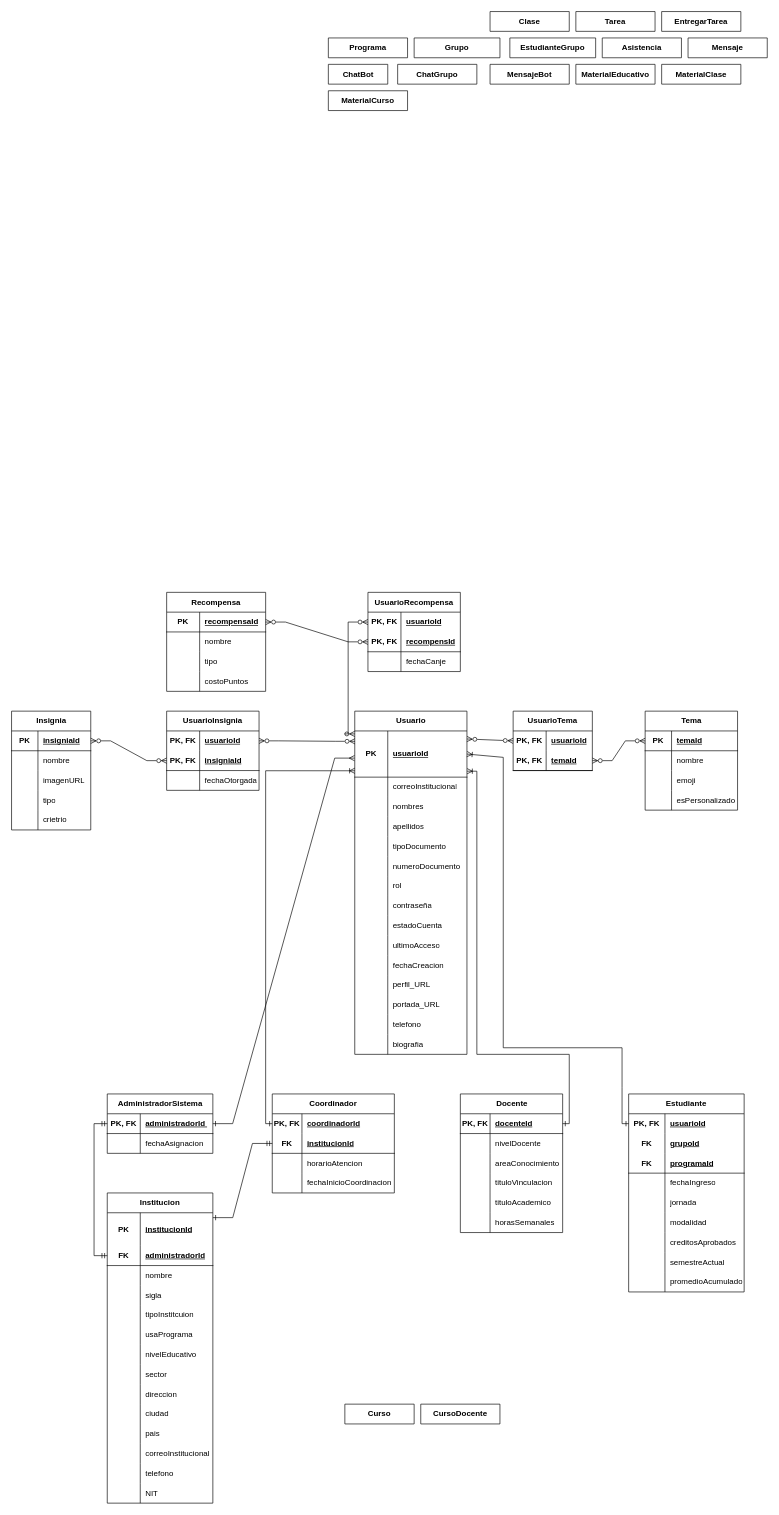
Above: DiagramaRelacional.drawio in HarrisonGuerrero18/diagramas_Acadify (draw.io), before the change. Source tidied: cells renumbered, new cells numbered last; positions are measured from the earlier drawing's top-left corner, leaving out a move shared by most shapes. Both pictures are drawn from the tidied source at 66%, with x=0, y=0 at pixel (11, 11).
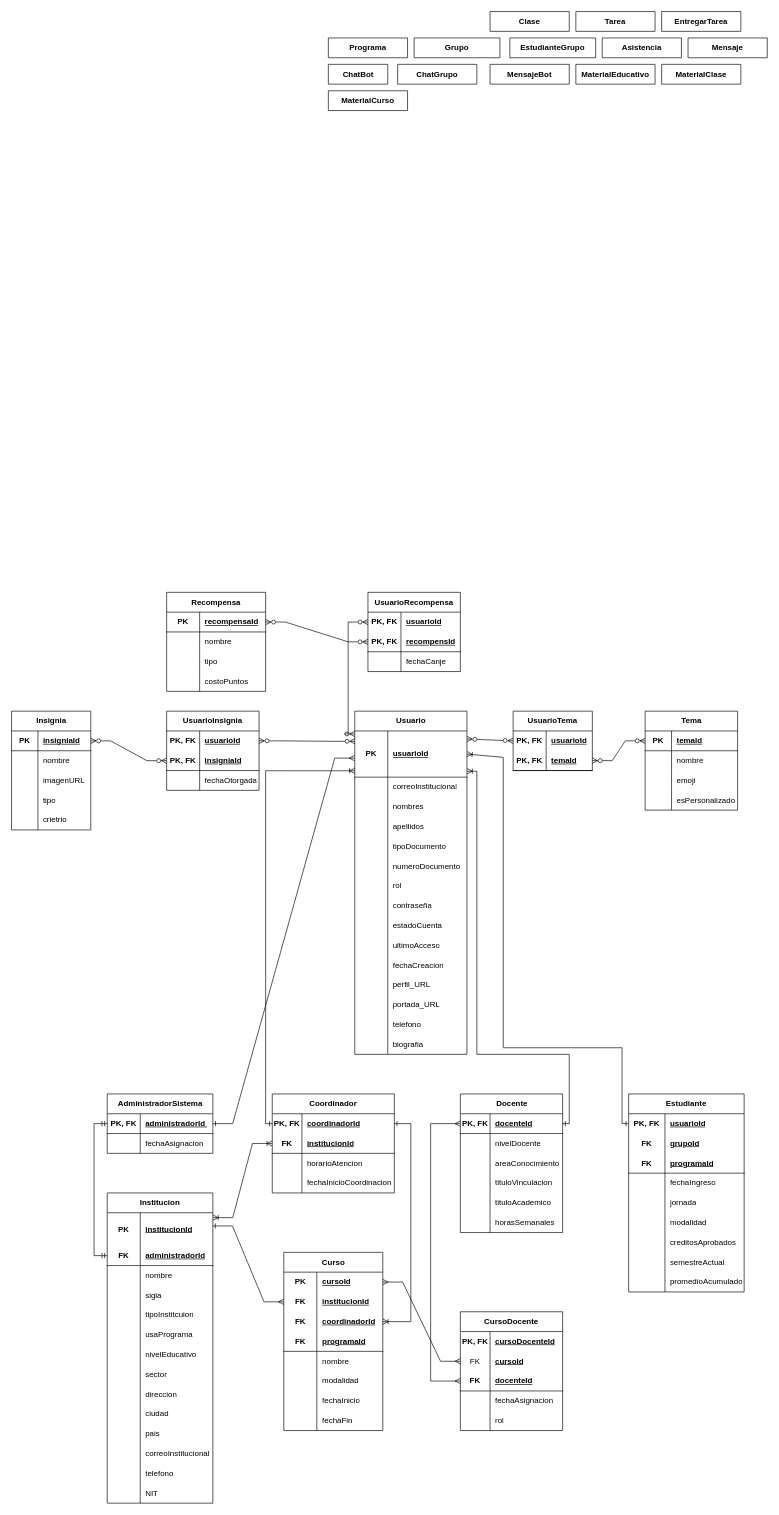
Above is the later version.

Unchanged cells that the change refers to:
```xml
<mxCell id="49" style="shape=tableRow;horizontal=0;startSize=0;swimlaneHead=0;swimlaneBody=0;fillColor=none;points=[[0,0.5],[1,0.5]];portConstraint=eastwest;top=0;left=0;right=0;bottom=1;" parent="48" vertex="1">
  <mxGeometry y="30" width="155" height="30" as="geometry" />
</mxCell>
<mxCell id="75" style="shape=tableRow;horizontal=0;startSize=0;swimlaneHead=0;swimlaneBody=0;fillColor=none;points=[[0,0.5],[1,0.5]];portConstraint=eastwest;top=0;left=0;right=0;bottom=0;html=1;" parent="74" vertex="1">
  <mxGeometry y="30" width="185" height="30" as="geometry" />
</mxCell>
<mxCell id="78" style="shape=tableRow;horizontal=0;startSize=0;swimlaneHead=0;swimlaneBody=0;fillColor=none;points=[[0,0.5],[1,0.5]];portConstraint=eastwest;top=0;left=0;right=0;bottom=1;html=1;" parent="74" vertex="1">
  <mxGeometry y="60" width="185" height="30" as="geometry" />
</mxCell>
<mxCell id="116" style="shape=tableRow;horizontal=0;startSize=0;swimlaneHead=0;swimlaneBody=0;fillColor=none;points=[[0,0.5],[1,0.5]];portConstraint=eastwest;top=0;left=0;right=0;bottom=0;html=1;" parent="115" vertex="1">
  <mxGeometry y="30" width="160" height="50" as="geometry" />
</mxCell>
```

Change to the diagram source:
```diff
@@
-    <mxCell id="227" value="Curso" style="shape=table;startSize=30;childLayout=tableLayout;rowLines=0;fontStyle=1;align=center;html=1;whiteSpace=wrap;" parent="1" vertex="1" collapsed="1">
-      <mxGeometry x="505" y="2110" width="105" height="30" as="geometry" />
+    <mxCell id="227" value="Curso" style="shape=table;startSize=30;childLayout=tableLayout;rowLines=0;fontStyle=1;align=center;html=1;whiteSpace=wrap;" parent="1" vertex="1">
+      <mxGeometry x="412.5" y="1880" width="150" height="270" as="geometry" />
     </mxCell>
+    <mxCell id="255" style="shape=tableRow;horizontal=0;startSize=0;swimlaneHead=0;swimlaneBody=0;fillColor=none;points=[[0,0.5],[1,0.5]];portConstraint=eastwest;top=0;left=0;right=0;bottom=0;html=1;" parent="227" vertex="1">
+      <mxGeometry y="30" width="150" height="30" as="geometry" />
+    </mxCell>
+    <mxCell id="256" value="PK" style="shape=partialRectangle;fillColor=none;top=0;left=0;bottom=0;right=0;fontStyle=1;overflow=hidden;html=1;whiteSpace=wrap;" parent="255" vertex="1">
+      <mxGeometry width="50" height="30" as="geometry" />
+    </mxCell>
+    <mxCell id="257" value="cursoId" style="shape=partialRectangle;fillColor=none;top=0;left=0;bottom=0;right=0;align=left;spacingLeft=6;fontStyle=5;overflow=hidden;html=1;whiteSpace=wrap;" parent="255" vertex="1">
+      <mxGeometry x="50" width="100" height="30" as="geometry" />
+    </mxCell>
+    <mxCell id="258" style="shape=tableRow;horizontal=0;startSize=0;swimlaneHead=0;swimlaneBody=0;fillColor=none;points=[[0,0.5],[1,0.5]];portConstraint=eastwest;top=0;left=0;right=0;bottom=0;html=1;" parent="227" vertex="1">
+      <mxGeometry y="60" width="150" height="30" as="geometry" />
+    </mxCell>
+    <mxCell id="259" value="&lt;b&gt;FK&lt;/b&gt;" style="shape=partialRectangle;fillColor=none;top=0;left=0;bottom=0;right=0;overflow=hidden;html=1;whiteSpace=wrap;" parent="258" vertex="1">
+      <mxGeometry width="50" height="30" as="geometry" />
+    </mxCell>
+    <mxCell id="260" value="&lt;span style=&quot;font-weight: 700; text-decoration-line: underline;&quot;&gt;institucionId&lt;/span&gt;" style="shape=partialRectangle;fillColor=none;top=0;left=0;bottom=0;right=0;align=left;spacingLeft=6;overflow=hidden;html=1;whiteSpace=wrap;" parent="258" vertex="1">
+      <mxGeometry x="50" width="100" height="30" as="geometry" />
+    </mxCell>
+    <mxCell id="261" style="shape=tableRow;horizontal=0;startSize=0;swimlaneHead=0;swimlaneBody=0;fillColor=none;points=[[0,0.5],[1,0.5]];portConstraint=eastwest;top=0;left=0;right=0;bottom=0;html=1;" parent="227" vertex="1">
+      <mxGeometry y="90" width="150" height="30" as="geometry" />
+    </mxCell>
+    <mxCell id="262" value="&lt;b&gt;FK&lt;/b&gt;" style="shape=partialRectangle;fillColor=none;top=0;left=0;bottom=0;right=0;overflow=hidden;html=1;whiteSpace=wrap;" parent="261" vertex="1">
+      <mxGeometry width="50" height="30" as="geometry" />
+    </mxCell>
+    <mxCell id="263" value="&lt;b&gt;&lt;u&gt;coordinadorId&lt;/u&gt;&lt;/b&gt;" style="shape=partialRectangle;fillColor=none;top=0;left=0;bottom=0;right=0;align=left;spacingLeft=6;overflow=hidden;html=1;whiteSpace=wrap;" parent="261" vertex="1">
+      <mxGeometry x="50" width="100" height="30" as="geometry" />
+    </mxCell>
+    <mxCell id="264" style="shape=tableRow;horizontal=0;startSize=0;swimlaneHead=0;swimlaneBody=0;fillColor=none;top=0;left=0;right=0;bottom=1;html=1;" parent="227" vertex="1">
+      <mxGeometry y="120" width="150" height="30" as="geometry" />
+    </mxCell>
+    <mxCell id="265" value="FK" style="shape=partialRectangle;fillColor=none;top=0;left=0;bottom=0;right=0;fontStyle=1;overflow=hidden;html=1;whiteSpace=wrap;" parent="264" vertex="1">
+      <mxGeometry width="50" height="30" as="geometry" />
+    </mxCell>
+    <mxCell id="266" value="programaId" style="shape=partialRectangle;fillColor=none;top=0;left=0;bottom=0;right=0;align=left;spacingLeft=6;fontStyle=5;overflow=hidden;html=1;whiteSpace=wrap;" parent="264" vertex="1">
+      <mxGeometry x="50" width="100" height="30" as="geometry" />
+    </mxCell>
+    <mxCell id="267" style="shape=tableRow;horizontal=0;startSize=0;swimlaneHead=0;swimlaneBody=0;fillColor=none;top=0;left=0;right=0;bottom=0;html=1;" parent="227" vertex="1">
+      <mxGeometry y="150" width="150" height="30" as="geometry" />
+    </mxCell>
+    <mxCell id="268" style="shape=partialRectangle;fillColor=none;top=0;left=0;bottom=0;right=0;overflow=hidden;html=1;whiteSpace=wrap;" parent="267" vertex="1">
+      <mxGeometry width="50" height="30" as="geometry" />
+    </mxCell>
+    <mxCell id="269" value="nombre" style="shape=partialRectangle;fillColor=none;top=0;left=0;bottom=0;right=0;align=left;spacingLeft=6;overflow=hidden;html=1;whiteSpace=wrap;" parent="267" vertex="1">
+      <mxGeometry x="50" width="100" height="30" as="geometry" />
+    </mxCell>
+    <mxCell id="270" style="shape=tableRow;horizontal=0;startSize=0;swimlaneHead=0;swimlaneBody=0;fillColor=none;top=0;left=0;right=0;bottom=0;html=1;" parent="227" vertex="1">
+      <mxGeometry y="180" width="150" height="30" as="geometry" />
+    </mxCell>
+    <mxCell id="271" style="shape=partialRectangle;fillColor=none;top=0;left=0;bottom=0;right=0;overflow=hidden;html=1;whiteSpace=wrap;" parent="270" vertex="1">
+      <mxGeometry width="50" height="30" as="geometry" />
+    </mxCell>
+    <mxCell id="272" value="modalidad" style="shape=partialRectangle;fillColor=none;top=0;left=0;bottom=0;right=0;align=left;spacingLeft=6;overflow=hidden;html=1;whiteSpace=wrap;" parent="270" vertex="1">
+      <mxGeometry x="50" width="100" height="30" as="geometry" />
+    </mxCell>
+    <mxCell id="273" style="shape=tableRow;horizontal=0;startSize=0;swimlaneHead=0;swimlaneBody=0;fillColor=none;top=0;left=0;right=0;bottom=0;html=1;" parent="227" vertex="1">
+      <mxGeometry y="210" width="150" height="30" as="geometry" />
+    </mxCell>
+    <mxCell id="274" style="shape=partialRectangle;fillColor=none;top=0;left=0;bottom=0;right=0;overflow=hidden;html=1;whiteSpace=wrap;" parent="273" vertex="1">
+      <mxGeometry width="50" height="30" as="geometry" />
+    </mxCell>
+    <mxCell id="275" value="fechaInicio" style="shape=partialRectangle;fillColor=none;top=0;left=0;bottom=0;right=0;align=left;spacingLeft=6;overflow=hidden;html=1;whiteSpace=wrap;" parent="273" vertex="1">
+      <mxGeometry x="50" width="100" height="30" as="geometry" />
+    </mxCell>
+    <mxCell id="276" style="shape=tableRow;horizontal=0;startSize=0;swimlaneHead=0;swimlaneBody=0;fillColor=none;top=0;left=0;right=0;bottom=0;html=1;" parent="227" vertex="1">
+      <mxGeometry y="240" width="150" height="30" as="geometry" />
+    </mxCell>
+    <mxCell id="277" style="shape=partialRectangle;fillColor=none;top=0;left=0;bottom=0;right=0;overflow=hidden;html=1;whiteSpace=wrap;" parent="276" vertex="1">
+      <mxGeometry width="50" height="30" as="geometry" />
+    </mxCell>
+    <mxCell id="278" value="fechaFin" style="shape=partialRectangle;fillColor=none;top=0;left=0;bottom=0;right=0;align=left;spacingLeft=6;overflow=hidden;html=1;whiteSpace=wrap;" parent="276" vertex="1">
+      <mxGeometry x="50" width="100" height="30" as="geometry" />
+    </mxCell>
-    <mxCell id="228" value="CursoDocente" style="shape=table;startSize=30;childLayout=tableLayout;rowLines=0;fontStyle=1;align=center;html=1;whiteSpace=wrap;" parent="1" vertex="1" collapsed="1">
-      <mxGeometry x="620" y="2110" width="120" height="30" as="geometry" />
+    <mxCell id="228" value="CursoDocente" style="shape=table;startSize=30;childLayout=tableLayout;rowLines=0;fontStyle=1;align=center;html=1;whiteSpace=wrap;" parent="1" vertex="1">
+      <mxGeometry x="680" y="1970" width="155" height="180" as="geometry" />
     </mxCell>
+    <mxCell id="279" style="shape=tableRow;horizontal=0;startSize=0;swimlaneHead=0;swimlaneBody=0;fillColor=none;top=0;left=0;right=0;bottom=0;html=1;" parent="228" vertex="1">
+      <mxGeometry y="30" width="155" height="30" as="geometry" />
+    </mxCell>
+    <mxCell id="280" value="PK, FK" style="shape=partialRectangle;fillColor=none;top=0;left=0;bottom=0;right=0;fontStyle=1;overflow=hidden;html=1;whiteSpace=wrap;" parent="279" vertex="1">
+      <mxGeometry width="45" height="30" as="geometry" />
+    </mxCell>
+    <mxCell id="281" value="cursoDocenteId" style="shape=partialRectangle;fillColor=none;top=0;left=0;bottom=0;right=0;align=left;spacingLeft=6;fontStyle=5;overflow=hidden;html=1;whiteSpace=wrap;" parent="279" vertex="1">
+      <mxGeometry x="45" width="110" height="30" as="geometry" />
+    </mxCell>
+    <mxCell id="282" style="shape=tableRow;horizontal=0;startSize=0;swimlaneHead=0;swimlaneBody=0;fillColor=none;points=[[0,0.5],[1,0.5]];portConstraint=eastwest;top=0;left=0;right=0;bottom=0;html=1;" parent="228" vertex="1">
+      <mxGeometry y="60" width="155" height="30" as="geometry" />
+    </mxCell>
+    <mxCell id="283" value="FK" style="shape=partialRectangle;fillColor=none;top=0;left=0;bottom=0;right=0;overflow=hidden;html=1;whiteSpace=wrap;" parent="282" vertex="1">
+      <mxGeometry width="45" height="30" as="geometry" />
+    </mxCell>
+    <mxCell id="284" value="&lt;span style=&quot;font-weight: 700; text-decoration-line: underline;&quot;&gt;cursoId&lt;/span&gt;" style="shape=partialRectangle;fillColor=none;top=0;left=0;bottom=0;right=0;align=left;spacingLeft=6;overflow=hidden;html=1;whiteSpace=wrap;" parent="282" vertex="1">
+      <mxGeometry x="45" width="110" height="30" as="geometry" />
+    </mxCell>
+    <mxCell id="285" style="shape=tableRow;horizontal=0;startSize=0;swimlaneHead=0;swimlaneBody=0;fillColor=none;points=[[0,0.5],[1,0.5]];portConstraint=eastwest;top=0;left=0;right=0;bottom=1;html=1;" parent="228" vertex="1">
+      <mxGeometry y="90" width="155" height="30" as="geometry" />
+    </mxCell>
+    <mxCell id="286" value="FK" style="shape=partialRectangle;fillColor=none;top=0;left=0;bottom=0;right=0;fontStyle=1;overflow=hidden;html=1;whiteSpace=wrap;" parent="285" vertex="1">
+      <mxGeometry width="45" height="30" as="geometry" />
+    </mxCell>
+    <mxCell id="287" value="docenteId" style="shape=partialRectangle;fillColor=none;top=0;left=0;bottom=0;right=0;align=left;spacingLeft=6;fontStyle=5;overflow=hidden;html=1;whiteSpace=wrap;" parent="285" vertex="1">
+      <mxGeometry x="45" width="110" height="30" as="geometry" />
+    </mxCell>
+    <mxCell id="288" style="shape=tableRow;horizontal=0;startSize=0;swimlaneHead=0;swimlaneBody=0;fillColor=none;top=0;left=0;right=0;bottom=0;html=1;" parent="228" vertex="1">
+      <mxGeometry y="120" width="155" height="30" as="geometry" />
+    </mxCell>
+    <mxCell id="289" style="shape=partialRectangle;fillColor=none;top=0;left=0;bottom=0;right=0;overflow=hidden;html=1;whiteSpace=wrap;" parent="288" vertex="1">
+      <mxGeometry width="45" height="30" as="geometry" />
+    </mxCell>
+    <mxCell id="290" value="fechaAsignacion" style="shape=partialRectangle;fillColor=none;top=0;left=0;bottom=0;right=0;align=left;spacingLeft=6;overflow=hidden;html=1;whiteSpace=wrap;" parent="288" vertex="1">
+      <mxGeometry x="45" width="110" height="30" as="geometry" />
+    </mxCell>
+    <mxCell id="291" style="shape=tableRow;horizontal=0;startSize=0;swimlaneHead=0;swimlaneBody=0;fillColor=none;top=0;left=0;right=0;bottom=0;html=1;" parent="228" vertex="1">
+      <mxGeometry y="150" width="155" height="30" as="geometry" />
+    </mxCell>
+    <mxCell id="292" style="shape=partialRectangle;fillColor=none;top=0;left=0;bottom=0;right=0;overflow=hidden;html=1;whiteSpace=wrap;" parent="291" vertex="1">
+      <mxGeometry width="45" height="30" as="geometry" />
+    </mxCell>
+    <mxCell id="293" value="rol" style="shape=partialRectangle;fillColor=none;top=0;left=0;bottom=0;right=0;align=left;spacingLeft=6;overflow=hidden;html=1;whiteSpace=wrap;" parent="291" vertex="1">
+      <mxGeometry x="45" width="110" height="30" as="geometry" />
+    </mxCell>
@@
-    <mxCell id="253" style="edgeStyle=entityRelationEdgeStyle;fontSize=12;html=1;endArrow=ERmandOne;startArrow=ERone;rounded=0;entryX=0;entryY=0.5;entryDx=0;entryDy=0;exitX=1.001;exitY=0.148;exitDx=0;exitDy=0;exitPerimeter=0;startFill=0;" parent="1" edge="1" source="116" target="78">
+    <mxCell id="253" style="edgeStyle=entityRelationEdgeStyle;fontSize=12;html=1;endArrow=ERoneToMany;startArrow=ERoneToMany;rounded=0;entryX=0;entryY=0.5;entryDx=0;entryDy=0;exitX=1.001;exitY=0.148;exitDx=0;exitDy=0;exitPerimeter=0;startFill=0;endFill=0;" parent="1" edge="1" source="116" target="78">
       <mxGeometry relative="1" as="geometry" />
     </mxCell>
@@
+    <mxCell id="294" style="fontSize=12;html=1;endArrow=ERmany;startArrow=ERmany;rounded=0;entryX=0;entryY=0.5;entryDx=0;entryDy=0;edgeStyle=elbowEdgeStyle;startFill=0;endFill=0;exitX=0;exitY=0.5;exitDx=0;exitDy=0;" parent="1" edge="1" source="285" target="49">
+      <mxGeometry relative="1" as="geometry">
+        <Array as="points">
+          <mxPoint x="635" y="1860" />
+        </Array>
+      </mxGeometry>
+    </mxCell>
+    <mxCell id="295" style="edgeStyle=entityRelationEdgeStyle;fontSize=12;html=1;endArrow=ERmany;startArrow=ERmany;rounded=0;entryX=0;entryY=0.5;entryDx=0;entryDy=0;exitX=1;exitY=0.5;exitDx=0;exitDy=0;" parent="1" edge="1" source="255" target="282">
+      <mxGeometry relative="1" as="geometry" />
+    </mxCell>
+    <mxCell id="296" style="edgeStyle=entityRelationEdgeStyle;fontSize=12;html=1;endArrow=ERmany;rounded=0;entryX=0;entryY=0.5;entryDx=0;entryDy=0;exitX=0.998;exitY=0.4;exitDx=0;exitDy=0;exitPerimeter=0;startArrow=ERone;startFill=0;endFill=0;" parent="1" edge="1" source="116" target="258">
+      <mxGeometry relative="1" as="geometry" />
+    </mxCell>
+    <mxCell id="297" style="edgeStyle=orthogonalEdgeStyle;fontSize=12;html=1;endArrow=ERone;rounded=0;entryX=1;entryY=0.5;entryDx=0;entryDy=0;exitX=1;exitY=0.5;exitDx=0;exitDy=0;startArrow=ERoneToMany;startFill=0;endFill=0;" parent="1" edge="1" source="261" target="75">
+      <mxGeometry relative="1" as="geometry">
+        <Array as="points">
+          <mxPoint x="605" y="1985" />
+          <mxPoint x="605" y="1685" />
+        </Array>
+      </mxGeometry>
+    </mxCell>
```
